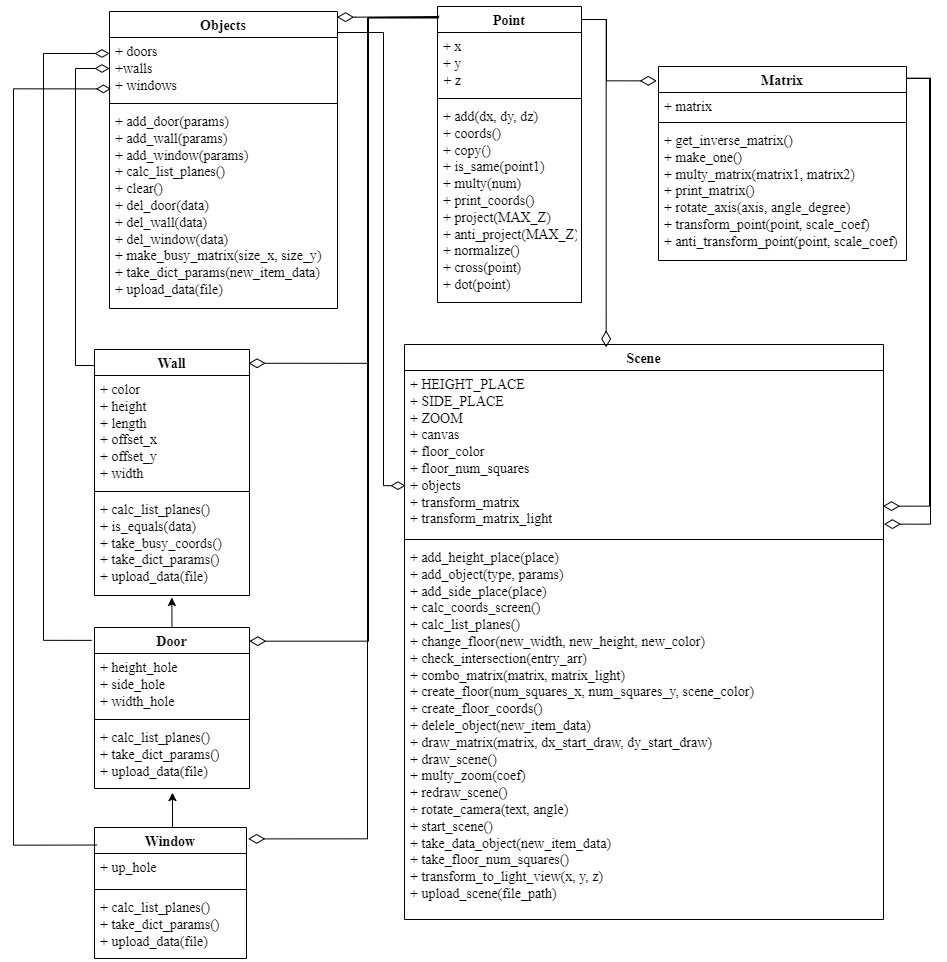
This is report/img/class_UML.png from Lesa-yps/KYRSACH_CG_5_sem_BMSTU, a draw.io export, as it was before one commit. Source tidied: cells renumbered, new cells last; positions are measured from the earlier drawing's top-left corner, leaving out a move shared by most shapes.
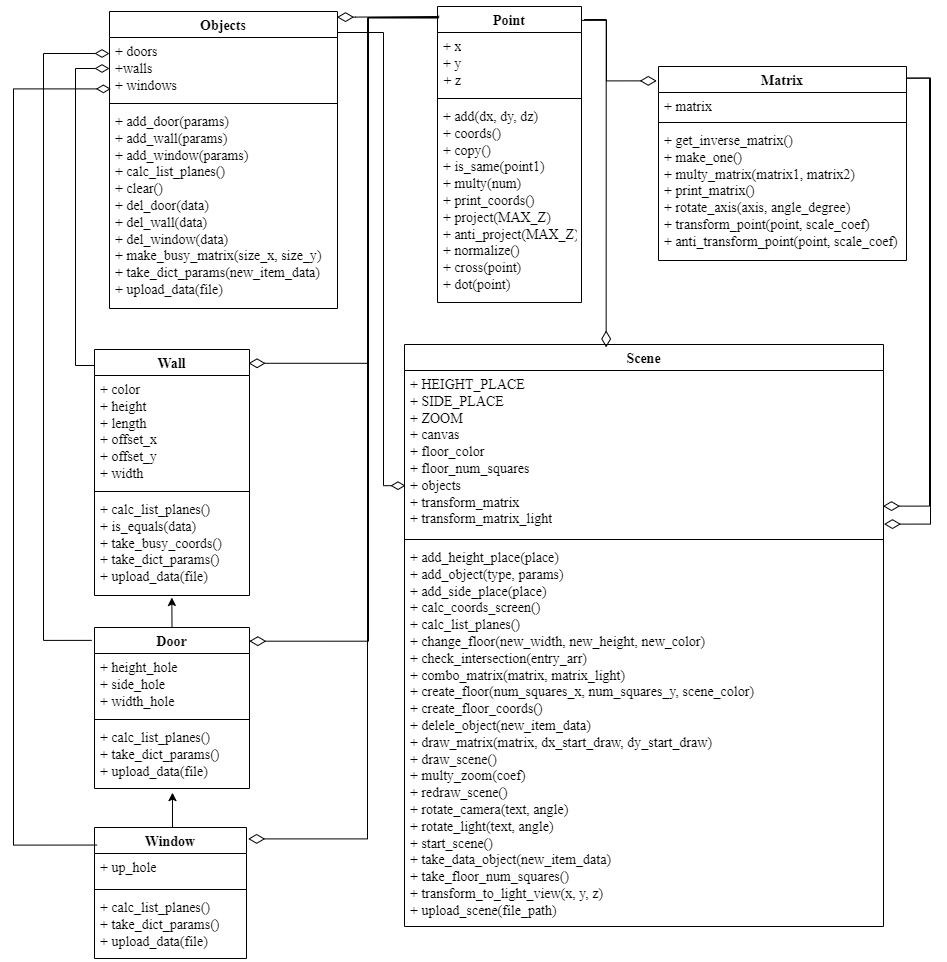
After the commit.

The edit, as a diff of the source:
```diff
@@ -81,7 +81,7 @@
       <mxGeometry relative="1" as="geometry" />
     </mxCell>
     <mxCell id="28" value="&lt;font face=&quot;Times, serif&quot;&gt;&lt;span style=&quot;font-size: 14px; text-wrap: nowrap;&quot;&gt;Scene&lt;/span&gt;&lt;/font&gt;" style="swimlane;fontStyle=1;align=center;verticalAlign=top;horizontal=1;startSize=26;whiteSpace=wrap;html=1;" parent="1" vertex="1">
-      <mxGeometry x="391" y="338" width="479" height="575" as="geometry" />
+      <mxGeometry x="391" y="338" width="479" height="582" as="geometry" />
     </mxCell>
     <mxCell id="29" value="&lt;div style=&quot;text-wrap: nowrap;&quot;&gt;&lt;span style=&quot;font-family: Times, serif; font-size: 14px;&quot;&gt;+ HEIGHT_PLACE&lt;/span&gt;&lt;br style=&quot;font-family: Times, serif; font-size: 14px;&quot;&gt;&lt;span style=&quot;font-family: Times, serif; font-size: 14px;&quot;&gt;+ SIDE_PLACE&lt;/span&gt;&lt;br style=&quot;font-family: Times, serif; font-size: 14px;&quot;&gt;&lt;span style=&quot;font-family: Times, serif; font-size: 14px;&quot;&gt;+ ZOOM&lt;/span&gt;&lt;br style=&quot;font-family: Times, serif; font-size: 14px;&quot;&gt;&lt;span style=&quot;font-family: Times, serif; font-size: 14px;&quot;&gt;+ canvas&lt;/span&gt;&lt;br style=&quot;font-family: Times, serif; font-size: 14px;&quot;&gt;&lt;span style=&quot;font-family: Times, serif; font-size: 14px;&quot;&gt;+ floor_color&lt;/span&gt;&lt;br style=&quot;font-family: Times, serif; font-size: 14px;&quot;&gt;&lt;span style=&quot;font-family: Times, serif; font-size: 14px;&quot;&gt;+ floor_num_squares&lt;/span&gt;&lt;/div&gt;&lt;div style=&quot;text-wrap: nowrap;&quot;&gt;&lt;span style=&quot;font-family: Times, serif; font-size: 14px; background-color: initial;&quot;&gt;+ objects&lt;/span&gt;&lt;br style=&quot;font-family: Times, serif; font-size: 14px;&quot;&gt;&lt;/div&gt;&lt;div style=&quot;text-wrap: nowrap;&quot;&gt;&lt;span style=&quot;font-family: Times, serif; font-size: 14px;&quot;&gt;+ transform_matrix&lt;/span&gt;&lt;br style=&quot;font-family: Times, serif; font-size: 14px;&quot;&gt;&lt;span style=&quot;font-family: Times, serif; font-size: 14px;&quot;&gt;+ transform_matrix_light&lt;/span&gt;&lt;br&gt;&lt;/div&gt;" style="text;strokeColor=none;fillColor=none;align=left;verticalAlign=top;spacingLeft=4;spacingRight=4;overflow=hidden;points=[[0,0.5],[1,0.5]];portConstraint=eastwest;whiteSpace=wrap;html=1;" parent="28" vertex="1">
       <mxGeometry y="26" width="479" height="165" as="geometry" />
@@ -89,8 +89,8 @@
     <mxCell id="30" style="line;strokeWidth=1;fillColor=none;align=left;verticalAlign=middle;spacingTop=-1;spacingLeft=3;spacingRight=3;labelPosition=right;strokeColor=inherit;" parent="28" vertex="1">
       <mxGeometry y="191" width="479" height="8" as="geometry" />
     </mxCell>
-    <mxCell id="31" value="&lt;div style=&quot;text-align: center; text-wrap: nowrap;&quot;&gt;&lt;/div&gt;&lt;div style=&quot;text-wrap: nowrap;&quot;&gt;&lt;span style=&quot;font-family: Times, serif; font-size: 14px;&quot;&gt;+ add_height_place(place)&lt;/span&gt;&lt;br style=&quot;font-family: Times, serif; font-size: 14px;&quot;&gt;&lt;span style=&quot;font-family: Times, serif; font-size: 14px;&quot;&gt;+ add_object(type, params)&lt;/span&gt;&lt;br style=&quot;font-family: Times, serif; font-size: 14px;&quot;&gt;&lt;span style=&quot;font-family: Times, serif; font-size: 14px;&quot;&gt;+ add_side_place(place)&lt;/span&gt;&lt;br style=&quot;font-family: Times, serif; font-size: 14px;&quot;&gt;&lt;span style=&quot;font-family: Times, serif; font-size: 14px;&quot;&gt;+ calc_coords_screen()&lt;/span&gt;&lt;br style=&quot;font-family: Times, serif; font-size: 14px;&quot;&gt;&lt;span style=&quot;font-family: Times, serif; font-size: 14px;&quot;&gt;+ calc_list_planes()&lt;/span&gt;&lt;br style=&quot;font-family: Times, serif; font-size: 14px;&quot;&gt;&lt;span style=&quot;font-family: Times, serif; font-size: 14px;&quot;&gt;+ change_floor(new_width, new_height, new_color)&lt;/span&gt;&lt;br style=&quot;font-family: Times, serif; font-size: 14px;&quot;&gt;&lt;span style=&quot;font-family: Times, serif; font-size: 14px;&quot;&gt;+ check_intersection(entry_arr)&lt;/span&gt;&lt;br style=&quot;font-family: Times, serif; font-size: 14px;&quot;&gt;&lt;span style=&quot;font-family: Times, serif; font-size: 14px;&quot;&gt;+ combo_matrix(matrix, matrix_light)&lt;/span&gt;&lt;br style=&quot;font-family: Times, serif; font-size: 14px;&quot;&gt;&lt;span style=&quot;font-family: Times, serif; font-size: 14px;&quot;&gt;+ create_floor(num_squares_x, num_squares_y, scene_color)&lt;/span&gt;&lt;br style=&quot;font-family: Times, serif; font-size: 14px;&quot;&gt;&lt;span style=&quot;font-family: Times, serif; font-size: 14px;&quot;&gt;+ create_floor_coords()&lt;/span&gt;&lt;br style=&quot;font-family: Times, serif; font-size: 14px;&quot;&gt;&lt;span style=&quot;font-family: Times, serif; font-size: 14px;&quot;&gt;+ delele_object(new_item_data)&lt;/span&gt;&lt;br style=&quot;font-family: Times, serif; font-size: 14px;&quot;&gt;&lt;span style=&quot;font-family: Times, serif; font-size: 14px;&quot;&gt;+ draw_matrix(matrix, dx_start_draw, dy_start_draw)&lt;/span&gt;&lt;br style=&quot;font-family: Times, serif; font-size: 14px;&quot;&gt;&lt;span style=&quot;font-family: Times, serif; font-size: 14px;&quot;&gt;+ draw_scene()&lt;/span&gt;&lt;br style=&quot;font-family: Times, serif; font-size: 14px;&quot;&gt;&lt;span style=&quot;font-family: Times, serif; font-size: 14px;&quot;&gt;+ multy_zoom(coef)&lt;/span&gt;&lt;br style=&quot;font-family: Times, serif; font-size: 14px;&quot;&gt;&lt;span style=&quot;font-family: Times, serif; font-size: 14px;&quot;&gt;+ redraw_scene()&lt;/span&gt;&lt;br style=&quot;font-family: Times, serif; font-size: 14px;&quot;&gt;&lt;span style=&quot;font-family: Times, serif; font-size: 14px;&quot;&gt;+ rotate_camera(text, angle)&lt;/span&gt;&lt;br style=&quot;font-family: Times, serif; font-size: 14px;&quot;&gt;&lt;span style=&quot;font-family: Times, serif; font-size: 14px;&quot;&gt;+ start_scene()&lt;/span&gt;&lt;br style=&quot;font-family: Times, serif; font-size: 14px;&quot;&gt;&lt;span style=&quot;font-family: Times, serif; font-size: 14px;&quot;&gt;+ take_data_object(new_item_data)&lt;/span&gt;&lt;br style=&quot;font-family: Times, serif; font-size: 14px;&quot;&gt;&lt;span style=&quot;font-family: Times, serif; font-size: 14px;&quot;&gt;+ take_floor_num_squares()&lt;/span&gt;&lt;br style=&quot;font-family: Times, serif; font-size: 14px;&quot;&gt;&lt;span style=&quot;font-family: Times, serif; font-size: 14px;&quot;&gt;+ transform_to_light_view(x, y, z)&lt;/span&gt;&lt;br style=&quot;font-family: Times, serif; font-size: 14px;&quot;&gt;&lt;span style=&quot;font-family: Times, serif; font-size: 14px;&quot;&gt;+ upload_scene(file_path)&lt;/span&gt;&lt;br&gt;&lt;/div&gt;" style="text;strokeColor=none;fillColor=none;align=left;verticalAlign=top;spacingLeft=4;spacingRight=4;overflow=hidden;whiteSpace=wrap;html=1;" parent="28" vertex="1">
-      <mxGeometry y="199" width="479" height="376" as="geometry" />
+    <mxCell id="31" value="&lt;div style=&quot;text-align: center; text-wrap: nowrap;&quot;&gt;&lt;/div&gt;&lt;div style=&quot;text-wrap: nowrap;&quot;&gt;&lt;span style=&quot;font-family: Times, serif; font-size: 14px;&quot;&gt;+ add_height_place(place)&lt;/span&gt;&lt;br style=&quot;font-family: Times, serif; font-size: 14px;&quot;&gt;&lt;span style=&quot;font-family: Times, serif; font-size: 14px;&quot;&gt;+ add_object(type, params)&lt;/span&gt;&lt;br style=&quot;font-family: Times, serif; font-size: 14px;&quot;&gt;&lt;span style=&quot;font-family: Times, serif; font-size: 14px;&quot;&gt;+ add_side_place(place)&lt;/span&gt;&lt;br style=&quot;font-family: Times, serif; font-size: 14px;&quot;&gt;&lt;span style=&quot;font-family: Times, serif; font-size: 14px;&quot;&gt;+ calc_coords_screen()&lt;/span&gt;&lt;br style=&quot;font-family: Times, serif; font-size: 14px;&quot;&gt;&lt;span style=&quot;font-family: Times, serif; font-size: 14px;&quot;&gt;+ calc_list_planes()&lt;/span&gt;&lt;br style=&quot;font-family: Times, serif; font-size: 14px;&quot;&gt;&lt;span style=&quot;font-family: Times, serif; font-size: 14px;&quot;&gt;+ change_floor(new_width, new_height, new_color)&lt;/span&gt;&lt;br style=&quot;font-family: Times, serif; font-size: 14px;&quot;&gt;&lt;span style=&quot;font-family: Times, serif; font-size: 14px;&quot;&gt;+ check_intersection(entry_arr)&lt;/span&gt;&lt;br style=&quot;font-family: Times, serif; font-size: 14px;&quot;&gt;&lt;span style=&quot;font-family: Times, serif; font-size: 14px;&quot;&gt;+ combo_matrix(matrix, matrix_light)&lt;/span&gt;&lt;br style=&quot;font-family: Times, serif; font-size: 14px;&quot;&gt;&lt;span style=&quot;font-family: Times, serif; font-size: 14px;&quot;&gt;+ create_floor(num_squares_x, num_squares_y, scene_color)&lt;/span&gt;&lt;br style=&quot;font-family: Times, serif; font-size: 14px;&quot;&gt;&lt;span style=&quot;font-family: Times, serif; font-size: 14px;&quot;&gt;+ create_floor_coords()&lt;/span&gt;&lt;br style=&quot;font-family: Times, serif; font-size: 14px;&quot;&gt;&lt;span style=&quot;font-family: Times, serif; font-size: 14px;&quot;&gt;+ delele_object(new_item_data)&lt;/span&gt;&lt;br style=&quot;font-family: Times, serif; font-size: 14px;&quot;&gt;&lt;span style=&quot;font-family: Times, serif; font-size: 14px;&quot;&gt;+ draw_matrix(matrix, dx_start_draw, dy_start_draw)&lt;/span&gt;&lt;br style=&quot;font-family: Times, serif; font-size: 14px;&quot;&gt;&lt;span style=&quot;font-family: Times, serif; font-size: 14px;&quot;&gt;+ draw_scene()&lt;/span&gt;&lt;br style=&quot;font-family: Times, serif; font-size: 14px;&quot;&gt;&lt;span style=&quot;font-family: Times, serif; font-size: 14px;&quot;&gt;+ multy_zoom(coef)&lt;/span&gt;&lt;br style=&quot;font-family: Times, serif; font-size: 14px;&quot;&gt;&lt;span style=&quot;font-family: Times, serif; font-size: 14px;&quot;&gt;+ redraw_scene()&lt;/span&gt;&lt;br style=&quot;font-family: Times, serif; font-size: 14px;&quot;&gt;&lt;span style=&quot;font-family: Times, serif; font-size: 14px;&quot;&gt;+ rotate_camera(text, angle)&lt;/span&gt;&lt;/div&gt;&lt;div style=&quot;text-wrap: nowrap;&quot;&gt;&lt;span style=&quot;font-family: Times, serif; font-size: 14px;&quot;&gt;+ rotate_light(text, angle)&lt;/span&gt;&lt;br style=&quot;font-family: Times, serif; font-size: 14px;&quot;&gt;&lt;span style=&quot;font-family: Times, serif; font-size: 14px;&quot;&gt;+ start_scene()&lt;/span&gt;&lt;br style=&quot;font-family: Times, serif; font-size: 14px;&quot;&gt;&lt;span style=&quot;font-family: Times, serif; font-size: 14px;&quot;&gt;+ take_data_object(new_item_data)&lt;/span&gt;&lt;br style=&quot;font-family: Times, serif; font-size: 14px;&quot;&gt;&lt;span style=&quot;font-family: Times, serif; font-size: 14px;&quot;&gt;+ take_floor_num_squares()&lt;/span&gt;&lt;br style=&quot;font-family: Times, serif; font-size: 14px;&quot;&gt;&lt;span style=&quot;font-family: Times, serif; font-size: 14px;&quot;&gt;+ transform_to_light_view(x, y, z)&lt;/span&gt;&lt;br style=&quot;font-family: Times, serif; font-size: 14px;&quot;&gt;&lt;span style=&quot;font-family: Times, serif; font-size: 14px;&quot;&gt;+ upload_scene(file_path)&lt;/span&gt;&lt;br&gt;&lt;/div&gt;" style="text;strokeColor=none;fillColor=none;align=left;verticalAlign=top;spacingLeft=4;spacingRight=4;overflow=hidden;whiteSpace=wrap;html=1;" parent="28" vertex="1">
+      <mxGeometry y="199" width="479" height="383" as="geometry" />
     </mxCell>
     <mxCell id="32" style="endArrow=diamondThin;html=1;endSize=12;startArrow=none;startSize=14;startFill=0;edgeStyle=orthogonalEdgeStyle;align=left;verticalAlign=bottom;rounded=0;exitX=0;exitY=0.065;exitDx=0;exitDy=0;exitPerimeter=0;entryX=0;entryY=0.5;entryDx=0;entryDy=0;endFill=0;" parent="1" edge="1" source="14" target="11">
       <mxGeometry x="-1" y="3" relative="1" as="geometry">
```
